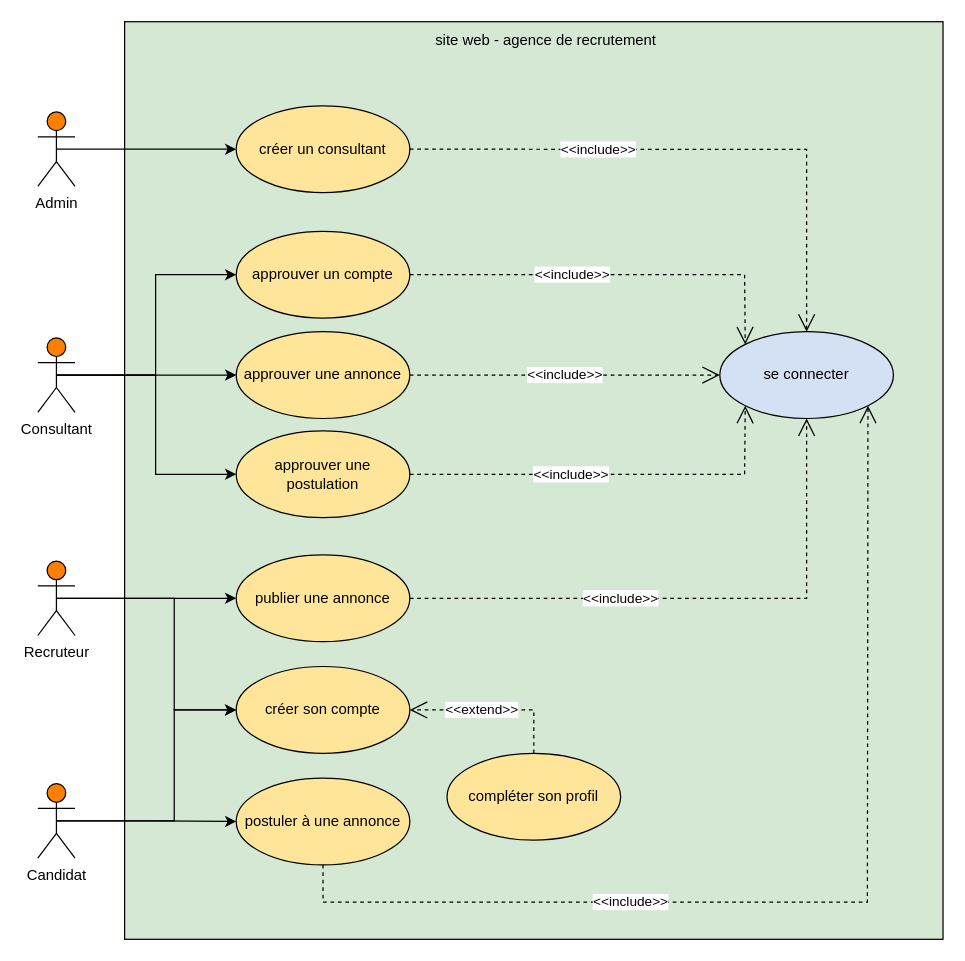
Above: page "Cas-Utilisation" (1 of 2) of agence.drawio in CaroVez/agenceRecrutement (draw.io), before the change. Source tidied: cells renumbered, new cells numbered last; positions are measured from the earlier drawing's top-left corner, leaving out a move shared by most shapes. Both pictures are drawn from the tidied source at 124%, with x=0, y=0 at pixel (37, 21).
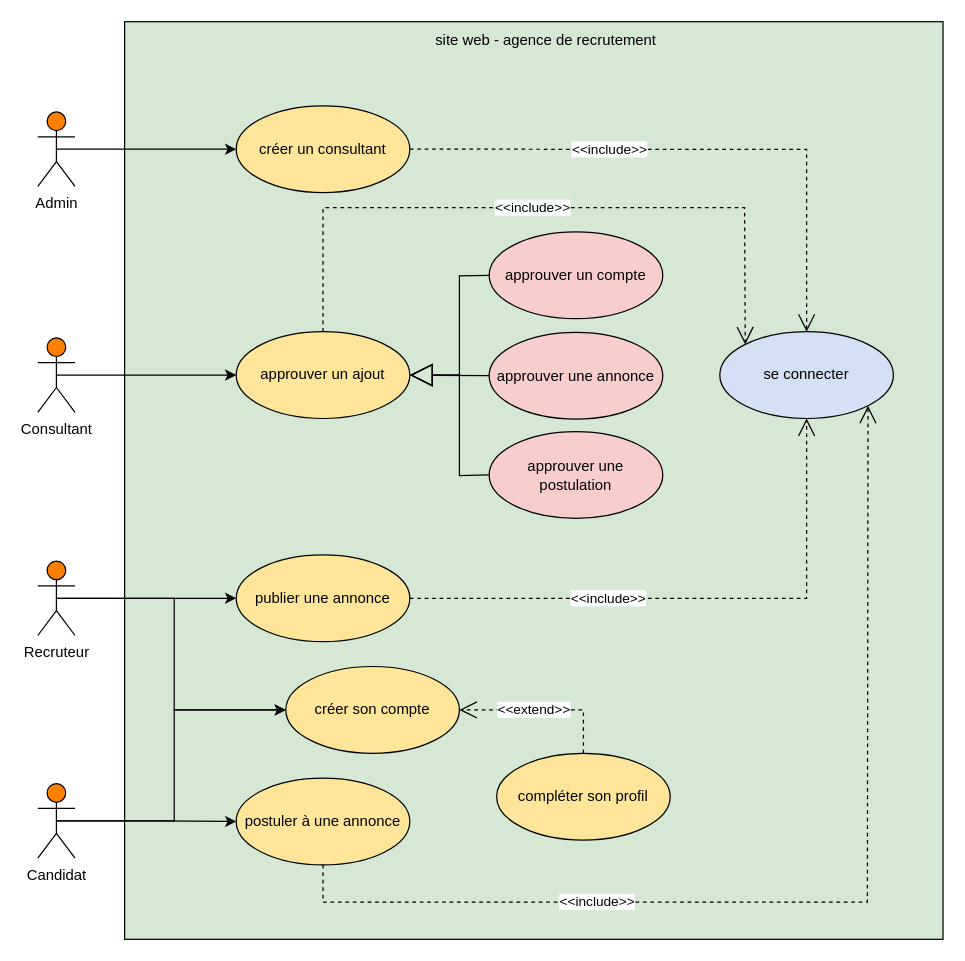
The same diagram, later.

Commit message:
Update cas d'utilisation agence.drawio

Unchanged cells that the change refers to:
```xml
<mxCell id="11" value="Consultant" style="shape=umlActor;verticalLabelPosition=bottom;verticalAlign=top;html=1;outlineConnect=0;fillColor=#FF8000;" parent="1" vertex="1">
  <mxGeometry y="255" width="30" height="60" as="geometry" />
</mxCell>
<mxCell id="17" value="se connecter" style="ellipse;whiteSpace=wrap;html=1;fillColor=#D4E1F5;" parent="1" vertex="1">
  <mxGeometry x="550" y="250" width="140" height="70" as="geometry" />
</mxCell>
<mxCell id="18" value="créer un consultant" style="ellipse;whiteSpace=wrap;html=1;fillColor=#FFE599;" parent="1" vertex="1">
  <mxGeometry x="160" y="67.8" width="140" height="70" as="geometry" />
</mxCell>
<mxCell id="20" value="publier une annonce" style="ellipse;whiteSpace=wrap;html=1;fillColor=#FFE599;" parent="1" vertex="1">
  <mxGeometry x="160" y="430" width="140" height="70" as="geometry" />
</mxCell>
<mxCell id="21" value="postuler à une annonce" style="ellipse;whiteSpace=wrap;html=1;fillColor=#FFE599;" parent="1" vertex="1">
  <mxGeometry x="160" y="610" width="140" height="70" as="geometry" />
</mxCell>
```

The edit, as a diff of the source:
```diff
@@
-    <mxCell id="8" style="edgeStyle=orthogonalEdgeStyle;rounded=0;jettySize=auto;html=1;exitX=0.5;exitY=0.5;exitDx=0;exitDy=0;exitPerimeter=0;entryX=0;entryY=0.5;entryDx=0;entryDy=0;" parent="1" edge="1" source="11" target="25">
-      <mxGeometry relative="1" as="geometry" />
-    </mxCell>
-    <mxCell id="9" style="edgeStyle=orthogonalEdgeStyle;rounded=0;jettySize=auto;html=1;exitX=0.5;exitY=0.5;exitDx=0;exitDy=0;exitPerimeter=0;entryX=0;entryY=0.5;entryDx=0;entryDy=0;" parent="1" edge="1" source="11" target="24">
-      <mxGeometry relative="1" as="geometry" />
-    </mxCell>
-    <mxCell id="10" style="edgeStyle=orthogonalEdgeStyle;rounded=0;jettySize=auto;html=1;exitX=0.5;exitY=0.5;exitDx=0;exitDy=0;exitPerimeter=0;entryX=0;entryY=0.5;entryDx=0;entryDy=0;" parent="1" edge="1" source="11" target="26">
-      <mxGeometry relative="1" as="geometry" />
-    </mxCell>
+    <mxCell id="32" style="edgeStyle=orthogonalEdgeStyle;rounded=0;jettySize=auto;html=1;exitX=0.5;exitY=0.5;exitDx=0;exitDy=0;exitPerimeter=0;entryX=0;entryY=0.5;entryDx=0;entryDy=0;" parent="1" edge="1" source="11" target="33">
+      <mxGeometry relative="1" as="geometry" />
+    </mxCell>
@@
     <mxCell id="16" value="créer son compte" style="ellipse;whiteSpace=wrap;html=1;fillColor=#FFE599;" parent="1" vertex="1">
-      <mxGeometry x="160" y="520" width="140" height="70" as="geometry" />
+      <mxGeometry x="200" y="520" width="140" height="70" as="geometry" />
     </mxCell>
@@
     <mxCell id="19" value="compléter son profil" style="ellipse;whiteSpace=wrap;html=1;fillColor=#FFE599;" parent="1" vertex="1">
-      <mxGeometry x="330" y="590" width="140" height="70" as="geometry" />
+      <mxGeometry x="370" y="590" width="140" height="70" as="geometry" />
     </mxCell>
@@
     <mxCell id="22" value="&amp;lt;&amp;lt;include&amp;gt;&amp;gt;" style="endArrow=open;endSize=12;dashed=1;html=1;rounded=0;exitX=1;exitY=0.5;exitDx=0;exitDy=0;entryX=0.5;entryY=0;entryDx=0;entryDy=0;" parent="1" edge="1" source="18" target="17">
-      <mxGeometry x="-0.35" relative="1" as="geometry">
+      <mxGeometry x="-0.31" relative="1" as="geometry">
         <Array as="points">
           <mxPoint x="620" y="103" />
         </Array>
       </mxGeometry>
     </mxCell>
-    <mxCell id="23" value="&amp;lt;&amp;lt;extend&amp;gt;&amp;gt;" style="endArrow=open;endSize=12;dashed=1;html=1;rounded=0;exitX=0.5;exitY=0;exitDx=0;exitDy=0;entryX=1;entryY=0.5;entryDx=0;entryDy=0;" parent="1" edge="1" source="19" target="16">
-      <mxGeometry x="0.14" relative="1" as="geometry">
+    <mxCell id="23" value="&amp;lt;&amp;lt;extend&amp;gt;&amp;gt;" style="endArrow=open;endSize=12;dashed=1;html=1;rounded=0;exitX=0.5;exitY=0;exitDx=0;exitDy=0;entryX=1;entryY=0.5;entryDx=0;entryDy=0;" parent="1" edge="1">
+      <mxGeometry x="0.11" relative="1" as="geometry">
+        <mxPoint x="440" y="590" as="sourcePoint" />
+        <mxPoint x="340" y="555" as="targetPoint" />
         <Array as="points">
-          <mxPoint x="400" y="555" />
+          <mxPoint x="440" y="555" />
         </Array>
       </mxGeometry>
     </mxCell>
-    <mxCell id="24" value="approuver un compte" style="ellipse;whiteSpace=wrap;html=1;fillColor=#FFE599;" parent="1" vertex="1">
-      <mxGeometry x="160" y="169" width="140" height="70" as="geometry" />
+    <mxCell id="24" value="approuver un compte" style="ellipse;whiteSpace=wrap;html=1;fillColor=#F8CECC;" parent="1" vertex="1">
+      <mxGeometry x="364" y="169.5" width="140" height="70" as="geometry" />
     </mxCell>
-    <mxCell id="25" value="approuver une annonce" style="ellipse;whiteSpace=wrap;html=1;fillColor=#FFE599;" parent="1" vertex="1">
-      <mxGeometry x="160" y="250" width="140" height="70" as="geometry" />
+    <mxCell id="25" value="approuver une annonce" style="ellipse;whiteSpace=wrap;html=1;fillColor=#F8CECC;" parent="1" vertex="1">
+      <mxGeometry x="364" y="250.5" width="140" height="70" as="geometry" />
     </mxCell>
-    <mxCell id="26" value="approuver une postulation" style="ellipse;whiteSpace=wrap;html=1;fillColor=#FFE599;" parent="1" vertex="1">
-      <mxGeometry x="160" y="330" width="140" height="70" as="geometry" />
+    <mxCell id="26" value="approuver une postulation" style="ellipse;whiteSpace=wrap;html=1;fillColor=#F8CECC;" parent="1" vertex="1">
+      <mxGeometry x="364" y="330.5" width="140" height="70" as="geometry" />
     </mxCell>
-    <mxCell id="27" value="&amp;lt;&amp;lt;include&amp;gt;&amp;gt;" style="endArrow=open;endSize=12;dashed=1;html=1;rounded=0;entryX=0;entryY=0.5;entryDx=0;entryDy=0;exitX=1;exitY=0.5;exitDx=0;exitDy=0;" parent="1" edge="1" source="25" target="17">
-      <mxGeometry relative="1" as="geometry" />
-    </mxCell>
-    <mxCell id="28" value="&amp;lt;&amp;lt;include&amp;gt;&amp;gt;" style="endArrow=open;endSize=12;dashed=1;html=1;rounded=0;entryX=0;entryY=1;entryDx=0;entryDy=0;exitX=1;exitY=0.5;exitDx=0;exitDy=0;" parent="1" edge="1" source="26" target="17">
-      <mxGeometry x="-0.2" relative="1" as="geometry">
-        <Array as="points">
-          <mxPoint x="570" y="365" />
-        </Array>
-      </mxGeometry>
-    </mxCell>
-    <mxCell id="29" value="&amp;lt;&amp;lt;include&amp;gt;&amp;gt;" style="endArrow=open;endSize=12;dashed=1;html=1;rounded=0;entryX=0;entryY=0;entryDx=0;entryDy=0;exitX=1;exitY=0.5;exitDx=0;exitDy=0;" parent="1" edge="1" source="24" target="17">
-      <mxGeometry x="-0.2" relative="1" as="geometry">
-        <Array as="points">
-          <mxPoint x="570" y="204" />
-        </Array>
-      </mxGeometry>
-    </mxCell>
     <mxCell id="30" value="&amp;lt;&amp;lt;include&amp;gt;&amp;gt;" style="endArrow=open;endSize=12;dashed=1;html=1;rounded=0;exitX=1;exitY=0.5;exitDx=0;exitDy=0;entryX=0.5;entryY=1;entryDx=0;entryDy=0;" parent="1" edge="1" source="20" target="17">
-      <mxGeometry x="-0.27" relative="1" as="geometry">
+      <mxGeometry x="-0.31" relative="1" as="geometry">
         <Array as="points">
           <mxPoint x="620" y="465" />
         </Array>
       </mxGeometry>
     </mxCell>
     <mxCell id="31" value="&amp;lt;&amp;lt;include&amp;gt;&amp;gt;" style="endArrow=open;endSize=12;dashed=1;html=1;rounded=0;entryX=1;entryY=1;entryDx=0;entryDy=0;exitX=0.5;exitY=1;exitDx=0;exitDy=0;" parent="1" edge="1" source="21" target="17">
-      <mxGeometry x="-0.36" relative="1" as="geometry">
+      <mxGeometry x="-0.42" relative="1" as="geometry">
         <Array as="points">
           <mxPoint x="230" y="710" />
           <mxPoint x="669" y="710" />
         </Array>
+        <mxPoint x="-1" as="offset" />
       </mxGeometry>
     </mxCell>
+    <mxCell id="33" value="approuver un ajout" style="ellipse;whiteSpace=wrap;html=1;fillColor=#FFE599;" parent="1" vertex="1">
+      <mxGeometry x="160" y="250" width="140" height="70" as="geometry" />
+    </mxCell>
+    <mxCell id="34" value="&amp;lt;&amp;lt;include&amp;gt;&amp;gt;" style="endArrow=open;endSize=12;dashed=1;html=1;rounded=0;exitX=0.5;exitY=0;exitDx=0;exitDy=0;entryX=0;entryY=0;entryDx=0;entryDy=0;" parent="1" edge="1" source="33" target="17">
+      <mxGeometry x="-0.02" relative="1" as="geometry">
+        <Array as="points">
+          <mxPoint x="230" y="150" />
+          <mxPoint x="570" y="150" />
+        </Array>
+        <mxPoint x="-1" as="offset" />
+      </mxGeometry>
+    </mxCell>
+    <mxCell id="35" style="endArrow=block;endSize=16;endFill=0;html=1;rounded=0;exitX=0;exitY=0.5;exitDx=0;exitDy=0;entryX=1;entryY=0.5;entryDx=0;entryDy=0;" parent="1" edge="1" source="25" target="33">
+      <mxGeometry x="0.06" y="5" relative="1" as="geometry" />
+    </mxCell>
+    <mxCell id="36" style="endArrow=block;endSize=16;endFill=0;html=1;rounded=0;exitX=0;exitY=0.5;exitDx=0;exitDy=0;entryX=1;entryY=0.5;entryDx=0;entryDy=0;" parent="1" edge="1" source="24" target="33">
+      <mxGeometry x="0.06" y="5" relative="1" as="geometry">
+        <Array as="points">
+          <mxPoint x="340" y="205" />
+          <mxPoint x="340" y="285" />
+        </Array>
+      </mxGeometry>
+    </mxCell>
+    <mxCell id="37" style="endArrow=block;endSize=16;endFill=0;html=1;rounded=0;exitX=0;exitY=0.5;exitDx=0;exitDy=0;entryX=1;entryY=0.5;entryDx=0;entryDy=0;" parent="1" edge="1" source="26" target="33">
+      <mxGeometry x="0.06" y="5" relative="1" as="geometry">
+        <Array as="points">
+          <mxPoint x="340" y="366" />
+          <mxPoint x="340" y="285" />
+        </Array>
+      </mxGeometry>
+    </mxCell>
```
